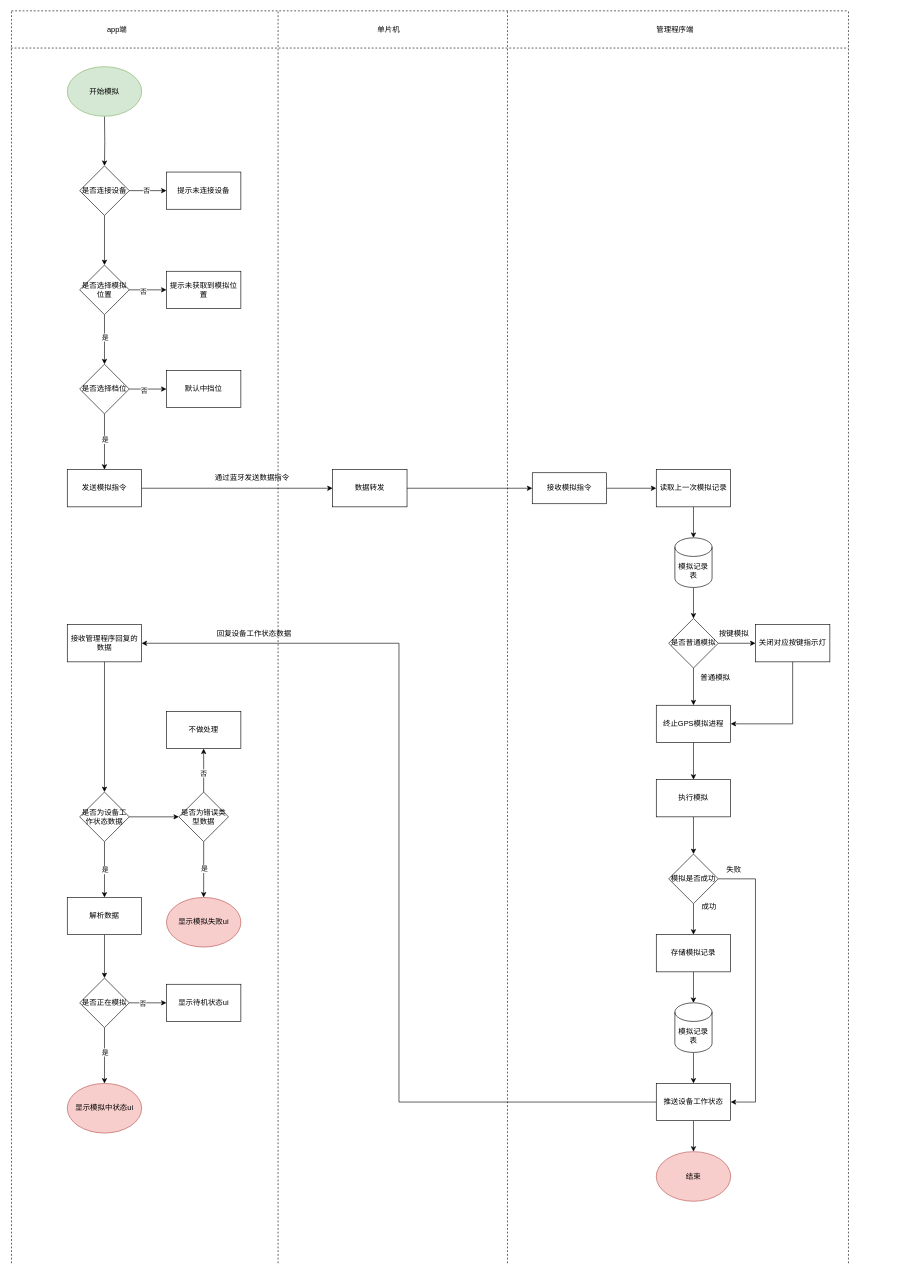
Earlier version of the draw.io diagram page "App普通模拟" (15 of 27) of 隐身保arm版-业务流程-V1.0-20221028-1.drawio (kyphoon/ysb_drawio_tree). Source tidied: cells renumbered, new cells numbered last; positions are measured from the earlier drawing's top-left corner, leaving out a move shared by most shapes. Both pictures are drawn from the tidied source at 62%, with x=0, y=0 at pixel (11, 11).
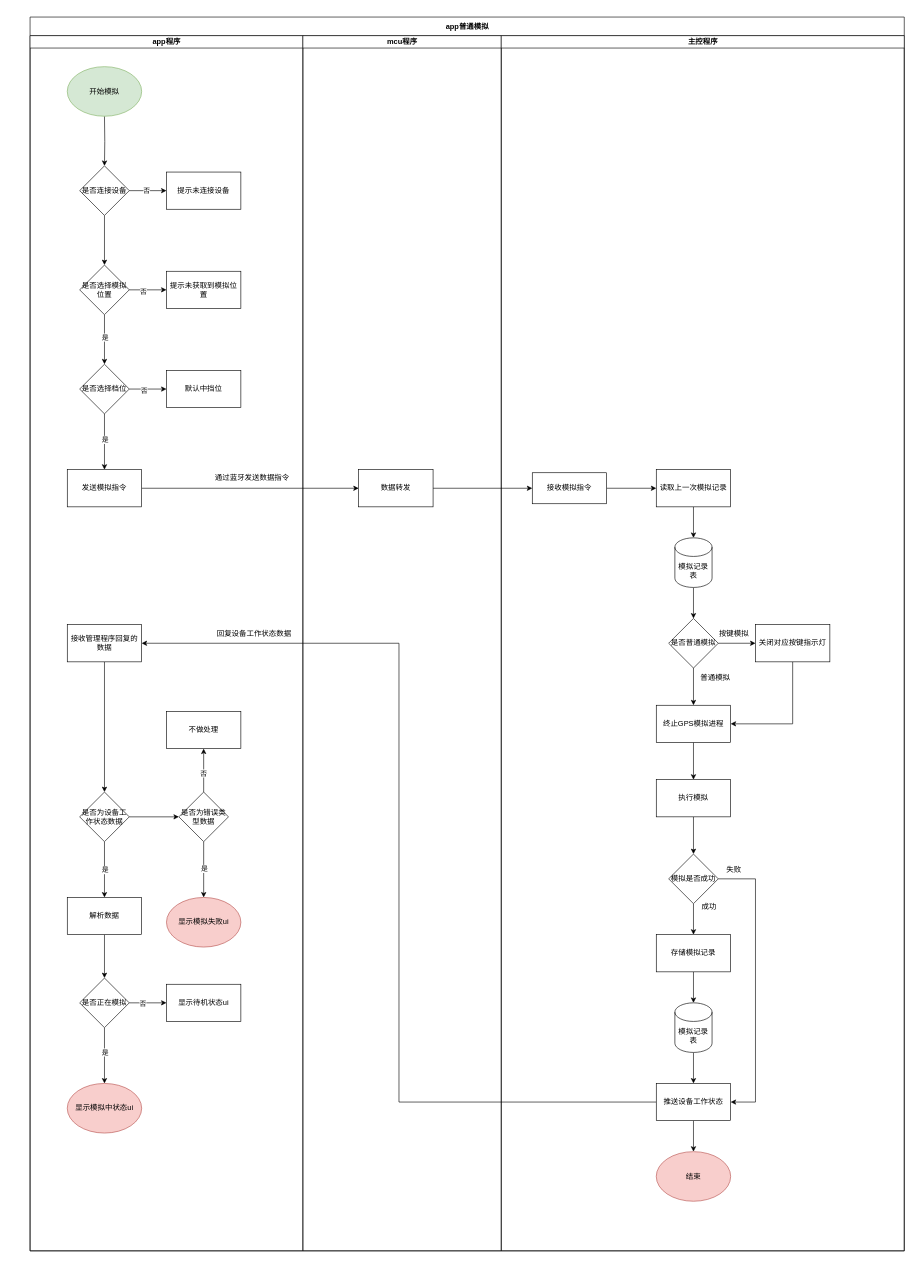
After the change.

Commit message:
app普通模拟流程图完善

The edit, as a diff of the source:
```diff
@@
-    <mxCell id="23" style="endArrow=none;dashed=1;html=1;rounded=0;" parent="1" edge="1">
-      <mxGeometry relative="1" as="geometry">
-        <mxPoint x="1" as="sourcePoint" />
-        <mxPoint x="1351" as="targetPoint" />
-      </mxGeometry>
-    </mxCell>
-    <mxCell id="24" style="endArrow=none;dashed=1;html=1;rounded=0;" parent="1" edge="1">
-      <mxGeometry relative="1" as="geometry">
-        <mxPoint y="60" as="sourcePoint" />
-        <mxPoint x="1351" y="60" as="targetPoint" />
-      </mxGeometry>
-    </mxCell>
-    <mxCell id="25" style="endArrow=none;dashed=1;html=1;rounded=0;" parent="1" edge="1">
-      <mxGeometry relative="1" as="geometry">
-        <mxPoint x="1" y="2020" as="sourcePoint" />
-        <mxPoint x="1" as="targetPoint" />
-      </mxGeometry>
-    </mxCell>
-    <mxCell id="26" style="endArrow=none;dashed=1;html=1;rounded=0;" parent="1" edge="1">
-      <mxGeometry relative="1" as="geometry">
-        <mxPoint x="431" y="2020" as="sourcePoint" />
-        <mxPoint x="431" as="targetPoint" />
-      </mxGeometry>
-    </mxCell>
-    <mxCell id="27" style="endArrow=none;dashed=1;html=1;rounded=0;" parent="1" edge="1">
-      <mxGeometry relative="1" as="geometry">
-        <mxPoint x="801" y="2020" as="sourcePoint" />
-        <mxPoint x="801" as="targetPoint" />
-      </mxGeometry>
-    </mxCell>
-    <mxCell id="28" value="app端" style="text;html=1;align=center;verticalAlign=middle;strokeColor=none;fillColor=none;" parent="1" vertex="1">
-      <mxGeometry x="141" y="15" width="60" height="30" as="geometry" />
-    </mxCell>
-    <mxCell id="29" value="管理程序端" style="text;html=1;align=center;verticalAlign=middle;strokeColor=none;fillColor=none;" parent="1" vertex="1">
-      <mxGeometry x="1031" y="15" width="80" height="30" as="geometry" />
-    </mxCell>
@@
-    <mxCell id="31" value="数据转发" style="whiteSpace=wrap;html=1;" parent="1" vertex="1">
-      <mxGeometry x="519" y="740" width="120" height="60" as="geometry" />
-    </mxCell>
@@
-    <mxCell id="33" style="endArrow=none;dashed=1;html=1;rounded=0;" parent="1" edge="1">
-      <mxGeometry relative="1" as="geometry">
-        <mxPoint x="1351" y="2020" as="sourcePoint" />
-        <mxPoint x="1351" as="targetPoint" />
-      </mxGeometry>
-    </mxCell>
-    <mxCell id="34" value="单片机" style="text;html=1;align=center;verticalAlign=middle;strokeColor=none;fillColor=none;" parent="1" vertex="1">
-      <mxGeometry x="579" y="15" width="60" height="30" as="geometry" />
-    </mxCell>
@@
+    <mxCell id="88" value="app普通模拟" style="swimlane;startSize=30;html=1;" parent="1" vertex="1">
+      <mxGeometry x="31" y="10" width="1410" height="1990" as="geometry" />
+    </mxCell>
+    <mxCell id="89" value="app程序" style="swimlane;startSize=20;html=1;" parent="88" vertex="1">
+      <mxGeometry y="30" width="440" height="1960" as="geometry" />
+    </mxCell>
+    <mxCell id="90" value="mcu程序" style="swimlane;startSize=20;html=1;" parent="88" vertex="1">
+      <mxGeometry x="440" y="30" width="320" height="1960" as="geometry" />
+    </mxCell>
+    <mxCell id="31" value="数据转发" style="whiteSpace=wrap;html=1;" parent="90" vertex="1">
+      <mxGeometry x="90" y="700" width="120" height="60" as="geometry" />
+    </mxCell>
+    <mxCell id="91" value="主控程序" style="swimlane;startSize=20;html=1;" parent="88" vertex="1">
+      <mxGeometry x="760" y="30" width="650" height="1960" as="geometry" />
+    </mxCell>
```
